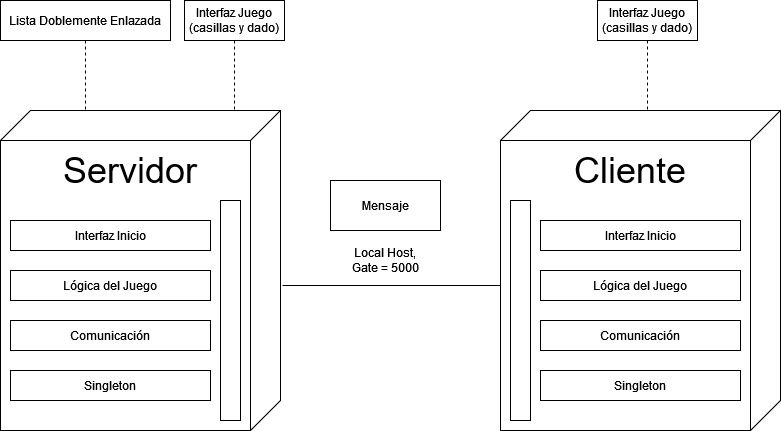
The draw.io diagram Imágenes Wiki/Diagrama de Arquitectura.png in menaleon/MathSocket, before a commit. Source tidied: cells renumbered, new cells last; positions are measured from the earlier drawing's top-left corner, leaving out a move shared by most shapes.
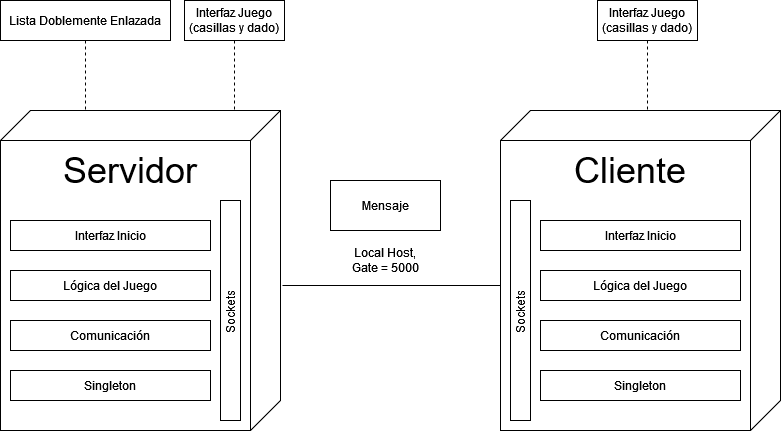
Later version of the same file.

Change to the diagram source:
```diff
@@ -64,5 +64,11 @@
     <mxCell id="21" value="Mensaje" style="html=1;" parent="1" vertex="1">
       <mxGeometry x="330" y="180" width="110" height="50" as="geometry" />
     </mxCell>
+    <mxCell id="22" value="Sockets" style="text;html=1;strokeColor=none;fillColor=none;align=center;verticalAlign=middle;whiteSpace=wrap;rounded=0;rotation=-90;" parent="1" vertex="1">
+      <mxGeometry x="179" y="301" width="102" height="20" as="geometry" />
+    </mxCell>
+    <mxCell id="23" value="Sockets" style="text;html=1;strokeColor=none;fillColor=none;align=center;verticalAlign=middle;whiteSpace=wrap;rounded=0;rotation=-90;" parent="1" vertex="1">
+      <mxGeometry x="469" y="301" width="102" height="20" as="geometry" />
+    </mxCell>
   </root>
 </mxGraphModel>
```
